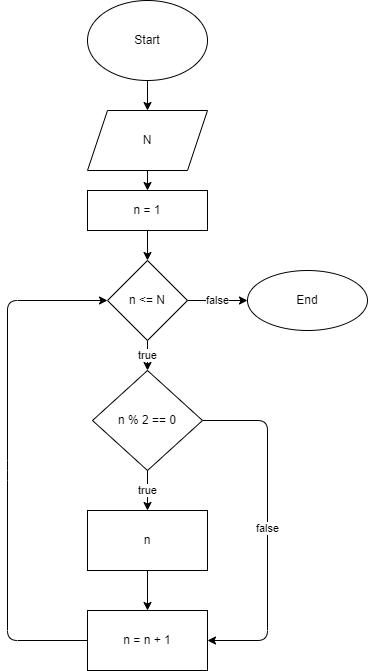
Before: Task4/Task4.drawio.png, a diagram exported from draw.io (Smih89/HomeworkSeminar7). Source tidied: cells renumbered, new cells last; positions are measured from the earlier drawing's top-left corner, leaving out a move shared by most shapes.
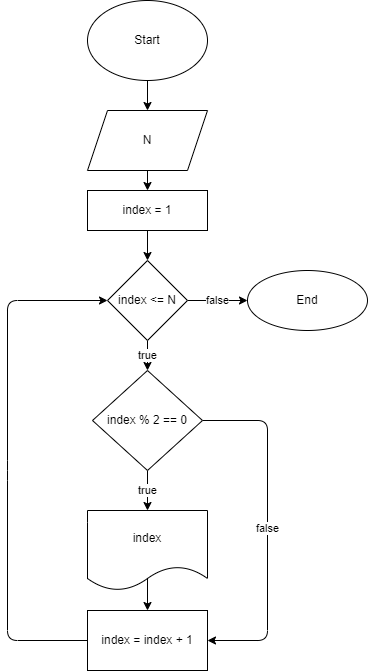
Above is the later version.

Commit message:
apdate Task4 png

Diff of the diagram source:
```diff
@@ -20,11 +20,13 @@
     <mxCell id="7" value="false" style="edgeStyle=none;html=1;" parent="1" edge="1" source="8" target="14">
       <mxGeometry relative="1" as="geometry" />
     </mxCell>
-    <mxCell id="8" value="n &amp;lt;= N" style="rhombus;whiteSpace=wrap;html=1;" parent="1" vertex="1">
+    <mxCell id="8" value="index &amp;lt;= N" style="rhombus;whiteSpace=wrap;html=1;" parent="1" vertex="1">
       <mxGeometry x="100" y="260" width="80" height="80" as="geometry" />
     </mxCell>
-    <mxCell id="9" value="true" style="edgeStyle=none;html=1;" parent="1" edge="1" source="11" target="16">
-      <mxGeometry relative="1" as="geometry" />
+    <mxCell id="9" value="true" style="edgeStyle=none;html=1;" parent="1" edge="1" source="11">
+      <mxGeometry relative="1" as="geometry">
+        <mxPoint x="140" y="510" as="targetPoint" />
+      </mxGeometry>
     </mxCell>
     <mxCell id="10" value="false" style="edgeStyle=none;html=1;entryX=1;entryY=0.5;entryDx=0;entryDy=0;" parent="1" edge="1" source="11" target="13">
       <mxGeometry relative="1" as="geometry">
@@ -34,7 +36,7 @@
         </Array>
       </mxGeometry>
     </mxCell>
-    <mxCell id="11" value="n % 2 == 0" style="rhombus;whiteSpace=wrap;html=1;" parent="1" vertex="1">
+    <mxCell id="11" value="index % 2 == 0" style="rhombus;whiteSpace=wrap;html=1;" parent="1" vertex="1">
       <mxGeometry x="85" y="370" width="110" height="100" as="geometry" />
     </mxCell>
     <mxCell id="12" style="edgeStyle=none;html=1;entryX=0;entryY=0.5;entryDx=0;entryDy=0;" parent="1" edge="1" source="13" target="8">
@@ -46,23 +48,25 @@
         </Array>
       </mxGeometry>
     </mxCell>
-    <mxCell id="13" value="n = n + 1" style="whiteSpace=wrap;html=1;" parent="1" vertex="1">
+    <mxCell id="13" value="index = index + 1" style="whiteSpace=wrap;html=1;" parent="1" vertex="1">
       <mxGeometry x="80" y="610" width="120" height="60" as="geometry" />
     </mxCell>
     <mxCell id="14" value="End" style="ellipse;whiteSpace=wrap;html=1;" parent="1" vertex="1">
       <mxGeometry x="240" y="270" width="120" height="60" as="geometry" />
     </mxCell>
-    <mxCell id="15" style="edgeStyle=none;html=1;" parent="1" edge="1" source="16" target="13">
-      <mxGeometry relative="1" as="geometry" />
+    <mxCell id="15" style="edgeStyle=none;html=1;" parent="1" edge="1" target="13">
+      <mxGeometry relative="1" as="geometry">
+        <mxPoint x="140" y="570" as="sourcePoint" />
+      </mxGeometry>
     </mxCell>
-    <mxCell id="16" value="n" style="whiteSpace=wrap;html=1;" parent="1" vertex="1">
-      <mxGeometry x="80" y="510" width="120" height="60" as="geometry" />
-    </mxCell>
     <mxCell id="17" style="edgeStyle=none;html=1;" parent="1" edge="1" source="18" target="8">
       <mxGeometry relative="1" as="geometry" />
     </mxCell>
-    <mxCell id="18" value="n = 1" style="rounded=0;whiteSpace=wrap;html=1;" parent="1" vertex="1">
+    <mxCell id="18" value="index = 1" style="rounded=0;whiteSpace=wrap;html=1;" parent="1" vertex="1">
       <mxGeometry x="80" y="190" width="120" height="40" as="geometry" />
     </mxCell>
+    <mxCell id="19" value="index" style="shape=document;whiteSpace=wrap;html=1;boundedLbl=1;" parent="1" vertex="1">
+      <mxGeometry x="80" y="510" width="120" height="80" as="geometry" />
+    </mxCell>
   </root>
 </mxGraphModel>
```
